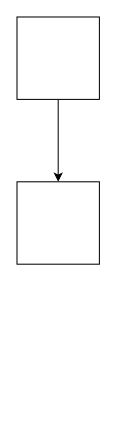
The draw.io diagram views/未命名表单.drawio in lys829/yiBlog, before the edit. Source tidied: cells renumbered, new cells numbered last; positions are measured from the earlier drawing's top-left corner, leaving out a move shared by most shapes. Both pictures are drawn from the tidied source at 103%, with x=0, y=0 at pixel (16, 16).
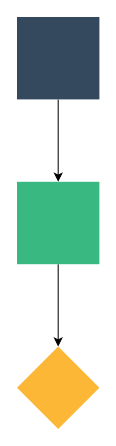
After the change.

Change to the diagram source:
```diff
@@
 <mxGraphModel>
   <root>
     <mxCell id="0" />
     <mxCell id="1" parent="0" />
     <mxCell id="2" style="edgeStyle=orthogonalEdgeStyle;rounded=0;jettySize=auto;html=1;" parent="1" edge="1" source="3" target="4">
       <mxGeometry relative="1" as="geometry" />
     </mxCell>
-    <mxCell id="3" style="whiteSpace=wrap;html=1;" parent="1" vertex="1">
+    <mxCell id="3" style="whiteSpace=wrap;html=1;fillColor=#34495d;strokeColor=none;" parent="1" vertex="1">
       <mxGeometry width="80" height="80" as="geometry" />
     </mxCell>
+    <mxCell id="5" style="edgeStyle=orthogonalEdgeStyle;rounded=0;jettySize=auto;html=1;" parent="1" edge="1" source="4">
+      <mxGeometry relative="1" as="geometry">
+        <mxPoint x="40" y="320" as="targetPoint" />
+      </mxGeometry>
+    </mxCell>
-    <mxCell id="4" style="whiteSpace=wrap;html=1;" parent="1" vertex="1">
+    <mxCell id="4" style="whiteSpace=wrap;html=1;fillColor=#39b882;strokeColor=none;" parent="1" vertex="1">
       <mxGeometry y="160" width="80" height="80" as="geometry" />
     </mxCell>
+    <mxCell id="6" style="rhombus;whiteSpace=wrap;html=1;fillColor=#fcb737;strokeColor=none;" parent="1" vertex="1">
+      <mxGeometry y="320" width="80" height="80" as="geometry" />
+    </mxCell>
   </root>
 </mxGraphModel>
```
